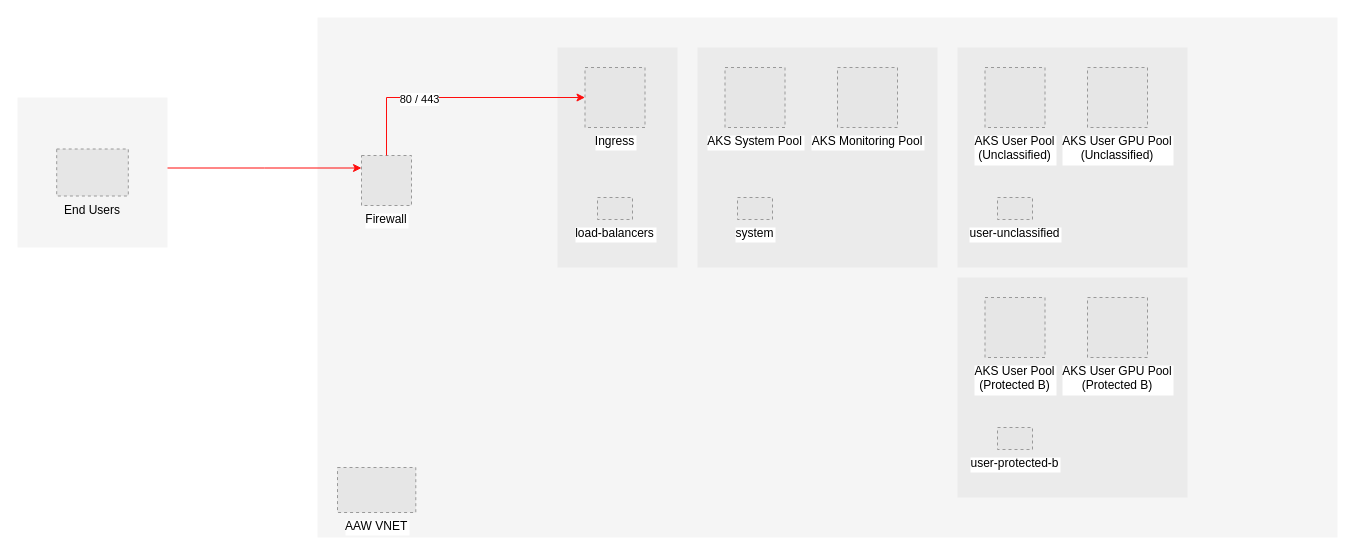
Before: Untitled Diagram.drawio in StatCan/aaw-security-proposal, a draw.io diagram. Source tidied: cells renumbered, new cells numbered last; positions are measured from the earlier drawing's top-left corner, leaving out a move shared by most shapes. Both pictures are drawn from the tidied source at 100%, with x=0, y=0 at pixel (17, 17). Pictures stored in the file or linked from it are replaced by grey dashed boxes.
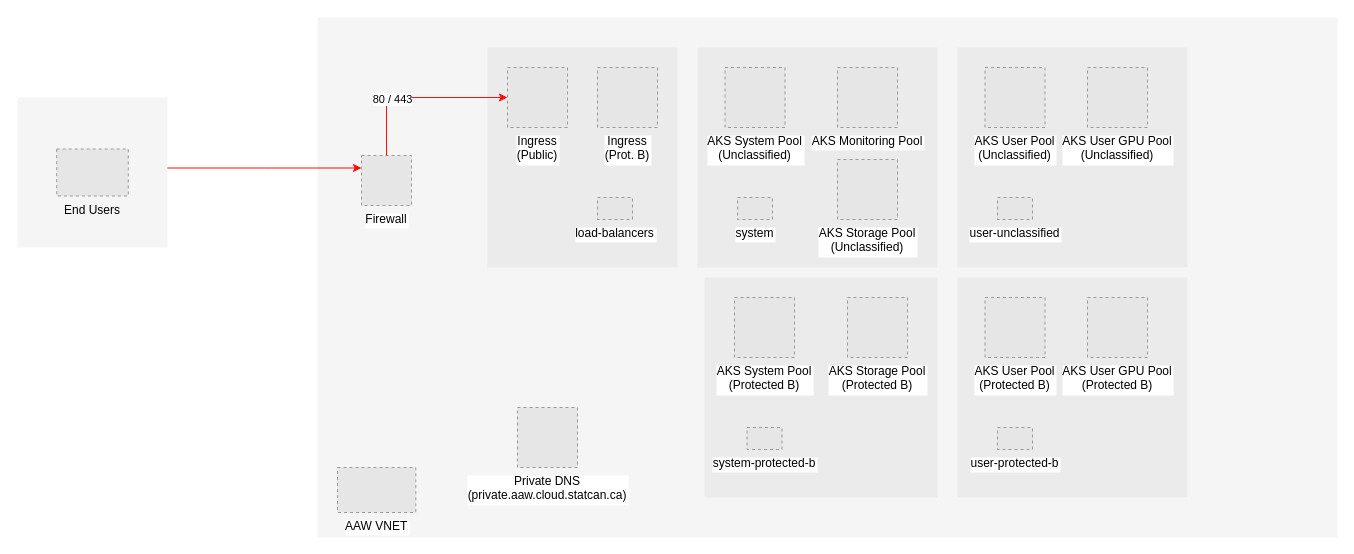
Above is the later version.

The change refers to these unchanged cells:
```xml
<mxCell id="14" style="group;" parent="1" vertex="1">
  <mxGeometry x="680" y="30" width="240" height="220" as="geometry" />
</mxCell>
```

The edit, as a diff of the source:
```diff
@@
     <mxCell id="9" style="rounded=0;whiteSpace=wrap;html=1;strokeColor=none;fontColor=#333333;labelBackgroundColor=none;fillColor=#EBEBEB;" parent="1" vertex="1">
-      <mxGeometry x="540" y="30" width="120" height="220" as="geometry" />
+      <mxGeometry x="470" y="30" width="190" height="220" as="geometry" />
     </mxCell>
@@
-    <mxCell id="11" value="Ingress" style="fillColor=#E6E6E6;strokeColor=#999999;dashed=1;verticalLabelPosition=bottom;labelBackgroundColor=#ffffff;verticalAlign=top;" parent="1" vertex="1">
-      <mxGeometry x="567.5" y="50" width="60" height="60" as="geometry" />
+    <mxCell id="11" value="Ingress&#10;(Public)" style="fillColor=#E6E6E6;strokeColor=#999999;dashed=1;verticalLabelPosition=bottom;labelBackgroundColor=#ffffff;verticalAlign=top;" parent="1" vertex="1">
+      <mxGeometry x="490" y="50" width="60" height="60" as="geometry" />
     </mxCell>
@@
-    <mxCell id="17" value="AKS System Pool" style="fillColor=#E6E6E6;strokeColor=#999999;dashed=1;verticalLabelPosition=bottom;labelBackgroundColor=#ffffff;verticalAlign=top;" parent="14" vertex="1">
+    <mxCell id="17" value="AKS System Pool&#10;(Unclassified)" style="fillColor=#E6E6E6;strokeColor=#999999;dashed=1;verticalLabelPosition=bottom;labelBackgroundColor=#ffffff;verticalAlign=top;" parent="14" vertex="1">
       <mxGeometry x="27.5" y="20" width="60" height="60" as="geometry" />
     </mxCell>
@@
+    <mxCell id="29" value="AKS Storage Pool&#10;(Unclassified)" style="fillColor=#E6E6E6;strokeColor=#999999;dashed=1;verticalLabelPosition=bottom;labelBackgroundColor=#ffffff;verticalAlign=top;" parent="14" vertex="1">
+      <mxGeometry x="140" y="112" width="60" height="60" as="geometry" />
+    </mxCell>
@@
+    <mxCell id="30" value="Ingress&#10;(Prot. B)" style="fillColor=#E6E6E6;strokeColor=#999999;dashed=1;verticalLabelPosition=bottom;labelBackgroundColor=#ffffff;verticalAlign=top;" parent="1" vertex="1">
+      <mxGeometry x="580" y="50" width="60" height="60" as="geometry" />
+    </mxCell>
+    <mxCell id="31" value="Private DNS&#10;(private.aaw.cloud.statcan.ca)" style="fillColor=#E6E6E6;strokeColor=#999999;dashed=1;verticalLabelPosition=bottom;labelBackgroundColor=#ffffff;verticalAlign=top;" parent="1" vertex="1">
+      <mxGeometry x="500" y="390" width="60" height="60" as="geometry" />
+    </mxCell>
+    <mxCell id="32" style="group;" parent="1" vertex="1">
+      <mxGeometry x="680" y="260" width="240" height="220" as="geometry" />
+    </mxCell>
+    <mxCell id="33" style="rounded=0;whiteSpace=wrap;html=1;strokeColor=none;fontColor=#333333;labelBackgroundColor=none;fillColor=#EBEBEB;" parent="32" vertex="1">
+      <mxGeometry x="7" width="233" height="220" as="geometry" />
+    </mxCell>
+    <mxCell id="34" value="system-protected-b" style="fillColor=#E6E6E6;strokeColor=#999999;dashed=1;verticalLabelPosition=bottom;labelBackgroundColor=#ffffff;verticalAlign=top;" parent="32" vertex="1">
+      <mxGeometry x="49.5" y="150" width="35" height="22" as="geometry" />
+    </mxCell>
+    <mxCell id="35" value="AKS System Pool&#10;(Protected B)" style="fillColor=#E6E6E6;strokeColor=#999999;dashed=1;verticalLabelPosition=bottom;labelBackgroundColor=#ffffff;verticalAlign=top;" parent="32" vertex="1">
+      <mxGeometry x="37" y="20" width="60" height="60" as="geometry" />
+    </mxCell>
+    <mxCell id="36" value="AKS Storage Pool&#10;(Protected B)" style="fillColor=#E6E6E6;strokeColor=#999999;dashed=1;verticalLabelPosition=bottom;labelBackgroundColor=#ffffff;verticalAlign=top;" parent="32" vertex="1">
+      <mxGeometry x="150" y="20" width="60" height="60" as="geometry" />
+    </mxCell>
```
